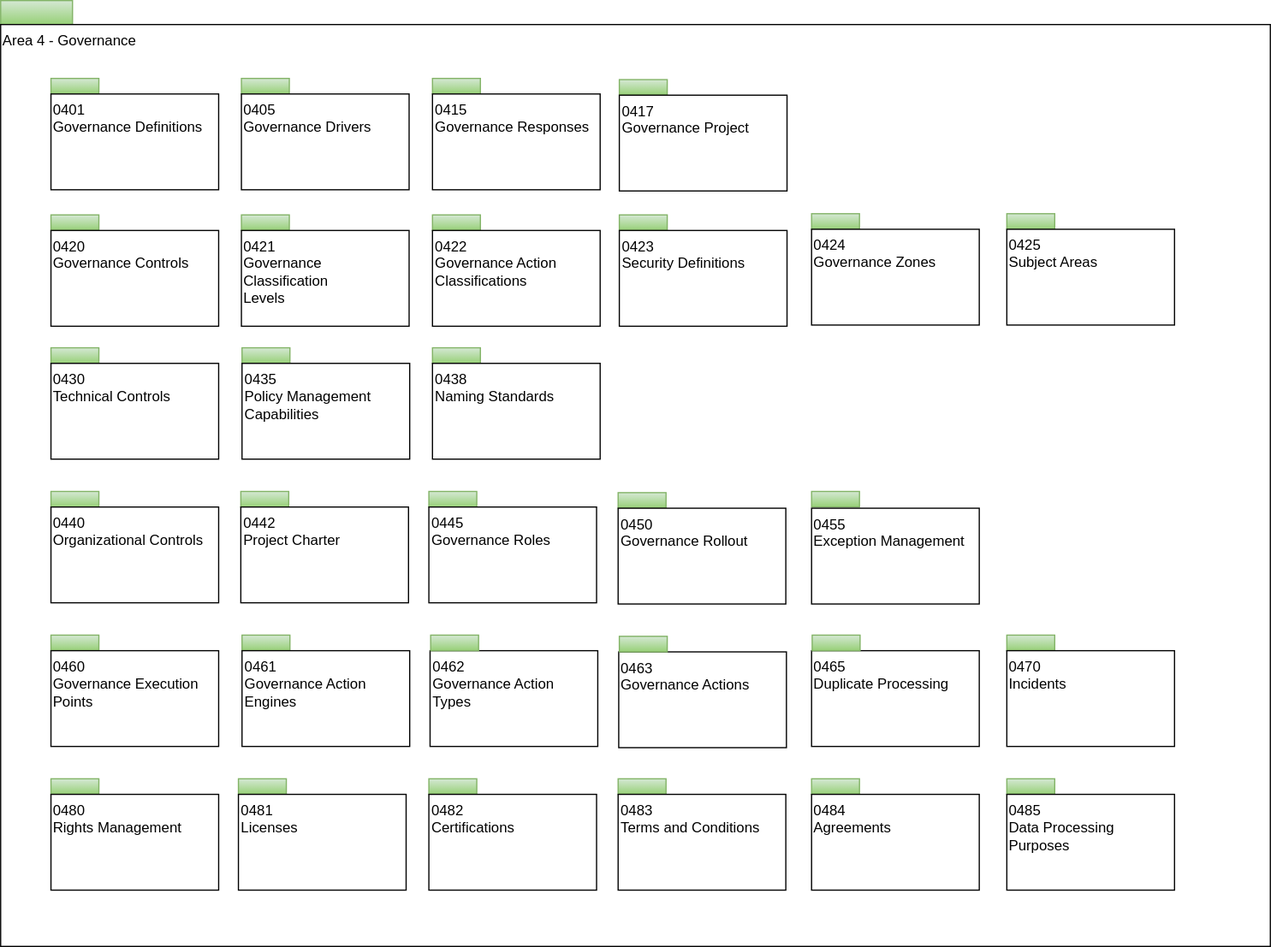
Before: site/docs/types/4/area-4-governance-overview.svg, a diagram exported from draw.io (odpi/egeria-docs). Source tidied: cells renumbered, new cells last; positions are measured from the earlier drawing's top-left corner, leaving out a move shared by most shapes.
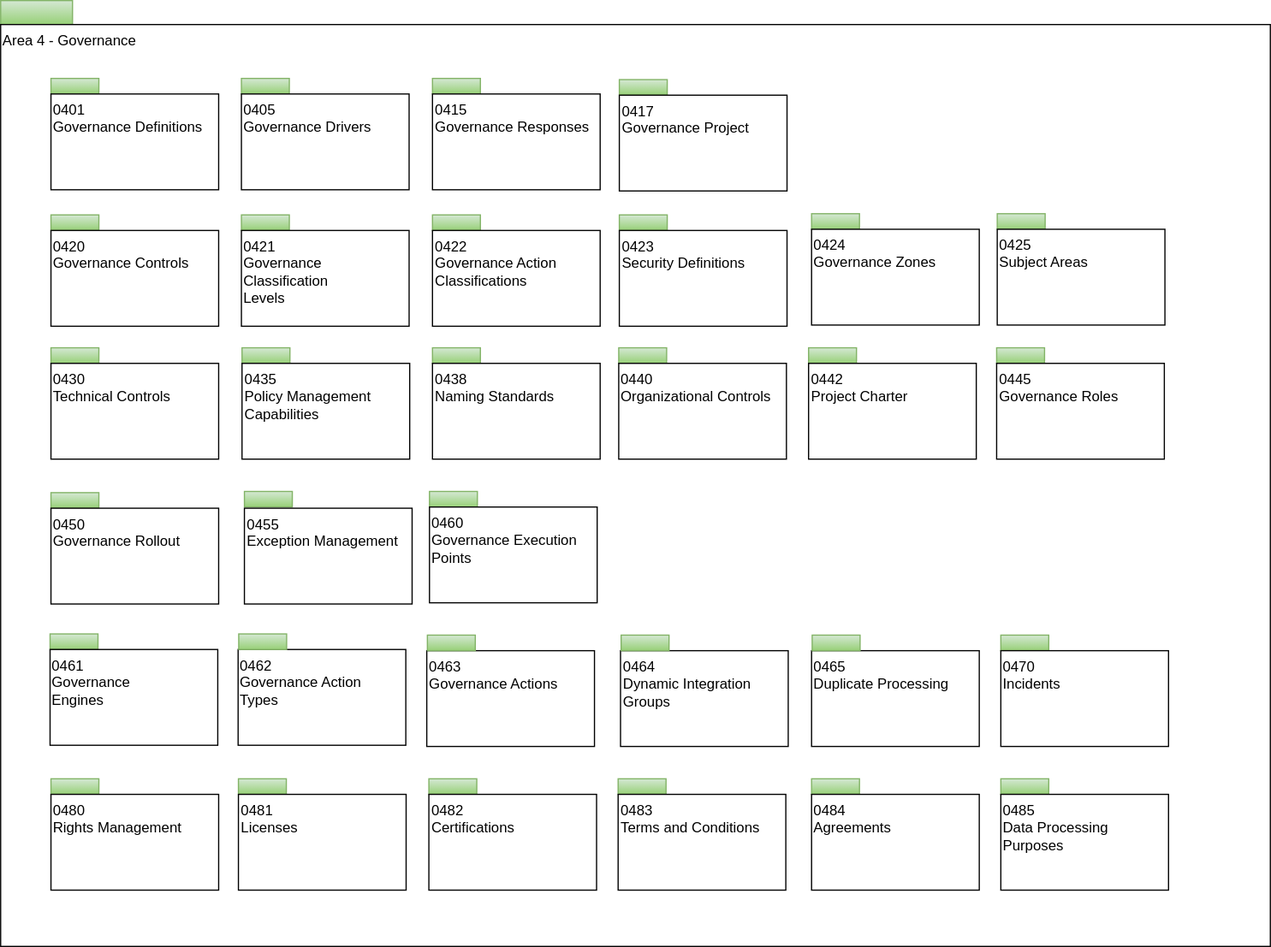
Above is the later version.

The edit, as a diff of the source:
```diff
@@ -51,34 +51,34 @@
       <mxGeometry x="516.5" y="192" width="140" height="80" as="geometry" />
     </mxCell>
     <mxCell id="18" style="rounded=0;whiteSpace=wrap;html=1;align=left;fillColor=#d5e8d4;strokeColor=#82b366;gradientColor=#97d077;" parent="1" vertex="1">
-      <mxGeometry x="200.5" y="410" width="40" height="13" as="geometry" />
+      <mxGeometry x="674.5" y="290" width="40" height="13" as="geometry" />
     </mxCell>
     <mxCell id="19" value="0442&lt;br&gt;Project Charter&lt;br&gt;" style="rounded=0;whiteSpace=wrap;html=1;align=left;verticalAlign=top;" parent="1" vertex="1">
-      <mxGeometry x="200.5" y="423" width="140" height="80" as="geometry" />
+      <mxGeometry x="674.5" y="303" width="140" height="80" as="geometry" />
     </mxCell>
     <mxCell id="20" style="rounded=0;whiteSpace=wrap;html=1;align=left;fillColor=#d5e8d4;strokeColor=#82b366;gradientColor=#97d077;" parent="1" vertex="1">
-      <mxGeometry x="515.5" y="411" width="40" height="13" as="geometry" />
+      <mxGeometry x="42" y="411" width="40" height="13" as="geometry" />
     </mxCell>
     <mxCell id="21" value="0450&lt;br&gt;Governance Rollout&lt;br&gt;" style="rounded=0;whiteSpace=wrap;html=1;align=left;verticalAlign=top;" parent="1" vertex="1">
-      <mxGeometry x="515.5" y="424" width="140" height="80" as="geometry" />
+      <mxGeometry x="42" y="424" width="140" height="80" as="geometry" />
     </mxCell>
     <mxCell id="22" style="rounded=0;whiteSpace=wrap;html=1;align=left;fillColor=#d5e8d4;strokeColor=#82b366;gradientColor=#97d077;" parent="1" vertex="1">
-      <mxGeometry x="677" y="410" width="40" height="13" as="geometry" />
+      <mxGeometry x="203.5" y="410" width="40" height="13" as="geometry" />
     </mxCell>
     <mxCell id="23" value="0455&lt;br&gt;Exception Management&lt;br&gt;" style="rounded=0;whiteSpace=wrap;html=1;align=left;verticalAlign=top;" parent="1" vertex="1">
-      <mxGeometry x="677" y="424" width="140" height="80" as="geometry" />
+      <mxGeometry x="203.5" y="424" width="140" height="80" as="geometry" />
     </mxCell>
     <mxCell id="24" style="rounded=0;whiteSpace=wrap;html=1;align=left;fillColor=#d5e8d4;strokeColor=#82b366;gradientColor=#97d077;" parent="1" vertex="1">
-      <mxGeometry x="42" y="530" width="40" height="13" as="geometry" />
+      <mxGeometry x="358" y="410" width="40" height="13" as="geometry" />
     </mxCell>
     <mxCell id="25" value="0460&lt;br&gt;Governance Execution&lt;br&gt;Points" style="rounded=0;whiteSpace=wrap;html=1;align=left;verticalAlign=top;" parent="1" vertex="1">
-      <mxGeometry x="42" y="543" width="140" height="80" as="geometry" />
+      <mxGeometry x="358" y="423" width="140" height="80" as="geometry" />
     </mxCell>
     <mxCell id="26" style="rounded=0;whiteSpace=wrap;html=1;align=left;fillColor=#d5e8d4;strokeColor=#82b366;gradientColor=#97d077;" parent="1" vertex="1">
-      <mxGeometry x="357.5" y="410" width="40" height="13" as="geometry" />
+      <mxGeometry x="831.5" y="290" width="40" height="13" as="geometry" />
     </mxCell>
     <mxCell id="27" value="0445&lt;br&gt;Governance Roles&lt;br&gt;" style="rounded=0;whiteSpace=wrap;html=1;align=left;verticalAlign=top;" parent="1" vertex="1">
-      <mxGeometry x="357.5" y="423" width="140" height="80" as="geometry" />
+      <mxGeometry x="831.5" y="303" width="140" height="80" as="geometry" />
     </mxCell>
     <mxCell id="28" style="rounded=0;whiteSpace=wrap;html=1;align=left;fillColor=#d5e8d4;strokeColor=#82b366;gradientColor=#97d077;" parent="1" vertex="1">
       <mxGeometry x="42" y="650" width="40" height="13" as="geometry" />
@@ -93,10 +93,10 @@
       <mxGeometry x="198.5" y="663" width="140" height="80" as="geometry" />
     </mxCell>
     <mxCell id="32" style="rounded=0;whiteSpace=wrap;html=1;align=left;fillColor=#d5e8d4;strokeColor=#82b366;gradientColor=#97d077;" parent="1" vertex="1">
-      <mxGeometry x="42" y="410" width="40" height="13" as="geometry" />
+      <mxGeometry x="516" y="290" width="40" height="13" as="geometry" />
     </mxCell>
     <mxCell id="33" value="0440&lt;br&gt;Organizational Controls&lt;br&gt;" style="rounded=0;whiteSpace=wrap;html=1;align=left;verticalAlign=top;" parent="1" vertex="1">
-      <mxGeometry x="42" y="423" width="140" height="80" as="geometry" />
+      <mxGeometry x="516" y="303" width="140" height="80" as="geometry" />
     </mxCell>
     <mxCell id="34" style="rounded=0;whiteSpace=wrap;html=1;align=left;fillColor=#d5e8d4;strokeColor=#82b366;gradientColor=#97d077;" parent="1" vertex="1">
       <mxGeometry x="357.5" y="650" width="40" height="13" as="geometry" />
@@ -117,22 +117,22 @@
       <mxGeometry x="677" y="191" width="140" height="80" as="geometry" />
     </mxCell>
     <mxCell id="40" style="rounded=0;whiteSpace=wrap;html=1;align=left;fillColor=#d5e8d4;strokeColor=#82b366;gradientColor=#97d077;" parent="1" vertex="1">
-      <mxGeometry x="840" y="178" width="40" height="13" as="geometry" />
+      <mxGeometry x="832" y="178" width="40" height="13" as="geometry" />
     </mxCell>
     <mxCell id="41" value="0425&lt;br&gt;Subject Areas" style="rounded=0;whiteSpace=wrap;html=1;align=left;verticalAlign=top;" parent="1" vertex="1">
-      <mxGeometry x="840" y="191" width="140" height="80" as="geometry" />
+      <mxGeometry x="832" y="191" width="140" height="80" as="geometry" />
     </mxCell>
     <mxCell id="42" style="rounded=0;whiteSpace=wrap;html=1;align=left;fillColor=#d5e8d4;strokeColor=#82b366;gradientColor=#97d077;" parent="1" vertex="1">
-      <mxGeometry x="201.5" y="530" width="40" height="13" as="geometry" />
+      <mxGeometry x="41.2" y="529" width="40" height="13" as="geometry" />
     </mxCell>
     <mxCell id="43" value="0462&lt;br&gt;Governance Action&lt;br&gt;Types" style="rounded=0;whiteSpace=wrap;html=1;align=left;verticalAlign=top;" parent="1" vertex="1">
-      <mxGeometry x="358.5" y="543" width="140" height="80" as="geometry" />
+      <mxGeometry x="198.2" y="542" width="140" height="80" as="geometry" />
     </mxCell>
     <mxCell id="44" style="rounded=0;whiteSpace=wrap;html=1;align=left;fillColor=#d5e8d4;strokeColor=#82b366;gradientColor=#97d077;" parent="1" vertex="1">
-      <mxGeometry x="840" y="650" width="40" height="13" as="geometry" />
+      <mxGeometry x="835" y="650" width="40" height="13" as="geometry" />
     </mxCell>
     <mxCell id="45" value="0485&lt;br&gt;Data Processing&lt;br&gt;Purposes" style="rounded=0;whiteSpace=wrap;html=1;align=left;verticalAlign=top;" parent="1" vertex="1">
-      <mxGeometry x="840" y="663" width="140" height="80" as="geometry" />
+      <mxGeometry x="835" y="663" width="140" height="80" as="geometry" />
     </mxCell>
     <mxCell id="46" style="edgeStyle=none;rounded=0;jettySize=auto;html=1;endArrow=none;endFill=0;" parent="1" edge="1" source="47" target="48">
       <mxGeometry relative="1" as="geometry" />
@@ -156,22 +156,22 @@
       <mxGeometry x="360.5" y="303" width="140" height="80" as="geometry" />
     </mxCell>
     <mxCell id="53" style="rounded=0;whiteSpace=wrap;html=1;align=left;fillColor=#d5e8d4;strokeColor=#82b366;gradientColor=#97d077;" parent="1" vertex="1">
-      <mxGeometry x="359" y="530" width="40" height="13" as="geometry" />
+      <mxGeometry x="198.8" y="529" width="40" height="13" as="geometry" />
     </mxCell>
-    <mxCell id="54" value="0461&lt;br&gt;Governance Action&lt;br&gt;Engines" style="rounded=0;whiteSpace=wrap;html=1;align=left;verticalAlign=top;" parent="1" vertex="1">
-      <mxGeometry x="201.5" y="543" width="140" height="80" as="geometry" />
+    <mxCell id="54" value="0461&lt;br&gt;Governance&lt;br&gt;Engines" style="rounded=0;whiteSpace=wrap;html=1;align=left;verticalAlign=top;" parent="1" vertex="1">
+      <mxGeometry x="41.2" y="542" width="140" height="80" as="geometry" />
     </mxCell>
     <mxCell id="55" style="rounded=0;whiteSpace=wrap;html=1;align=left;fillColor=#d5e8d4;strokeColor=#82b366;gradientColor=#97d077;" parent="1" vertex="1">
-      <mxGeometry x="840" y="530" width="40" height="13" as="geometry" />
+      <mxGeometry x="835" y="530" width="40" height="13" as="geometry" />
     </mxCell>
     <mxCell id="56" value="0470&lt;br&gt;Incidents" style="rounded=0;whiteSpace=wrap;html=1;align=left;verticalAlign=top;" parent="1" vertex="1">
-      <mxGeometry x="840" y="543" width="140" height="80" as="geometry" />
+      <mxGeometry x="835" y="543" width="140" height="80" as="geometry" />
     </mxCell>
     <mxCell id="57" value="0463&lt;br&gt;Governance Actions" style="rounded=0;whiteSpace=wrap;html=1;align=left;verticalAlign=top;" parent="1" vertex="1">
-      <mxGeometry x="516" y="544" width="140" height="80" as="geometry" />
+      <mxGeometry x="355.8" y="543" width="140" height="80" as="geometry" />
     </mxCell>
     <mxCell id="58" style="rounded=0;whiteSpace=wrap;html=1;align=left;fillColor=#d5e8d4;strokeColor=#82b366;gradientColor=#97d077;" parent="1" vertex="1">
-      <mxGeometry x="516.5" y="531" width="40" height="13" as="geometry" />
+      <mxGeometry x="356.2" y="530" width="40" height="13" as="geometry" />
     </mxCell>
     <mxCell id="59" value="0465&lt;br&gt;Duplicate Processing" style="rounded=0;whiteSpace=wrap;html=1;align=left;verticalAlign=top;" parent="1" vertex="1">
       <mxGeometry x="677" y="543" width="140" height="80" as="geometry" />
@@ -191,5 +191,11 @@
     <mxCell id="64" value="0484&lt;br&gt;Agreements" style="rounded=0;whiteSpace=wrap;html=1;align=left;verticalAlign=top;" parent="1" vertex="1">
       <mxGeometry x="677" y="663" width="140" height="80" as="geometry" />
     </mxCell>
+    <mxCell id="65" value="0464&lt;br&gt;Dynamic Integration Groups" style="rounded=0;whiteSpace=wrap;html=1;align=left;verticalAlign=top;" parent="1" vertex="1">
+      <mxGeometry x="517.5" y="543" width="140" height="80" as="geometry" />
+    </mxCell>
+    <mxCell id="66" style="rounded=0;whiteSpace=wrap;html=1;align=left;fillColor=#d5e8d4;strokeColor=#82b366;gradientColor=#97d077;" parent="1" vertex="1">
+      <mxGeometry x="518" y="530" width="40" height="13" as="geometry" />
+    </mxCell>
   </root>
 </mxGraphModel>
```
